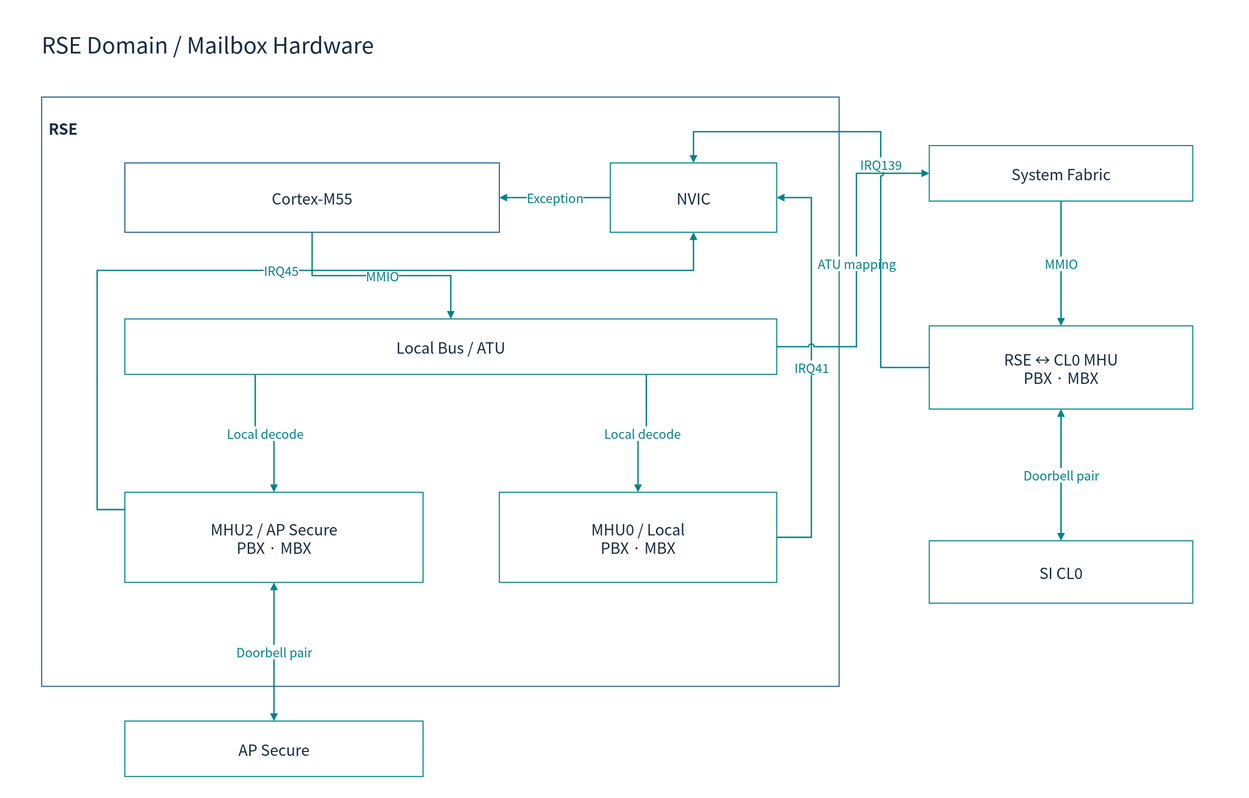
Above: doc/phase1/mailbox/diagrams/05-rse-hardware.drawio.svg in cometzero/project-apollo (draw.io), before the change. Source tidied: cells renumbered, new cells last; positions are measured from the earlier drawing's top-left corner, leaving out a move shared by most shapes.
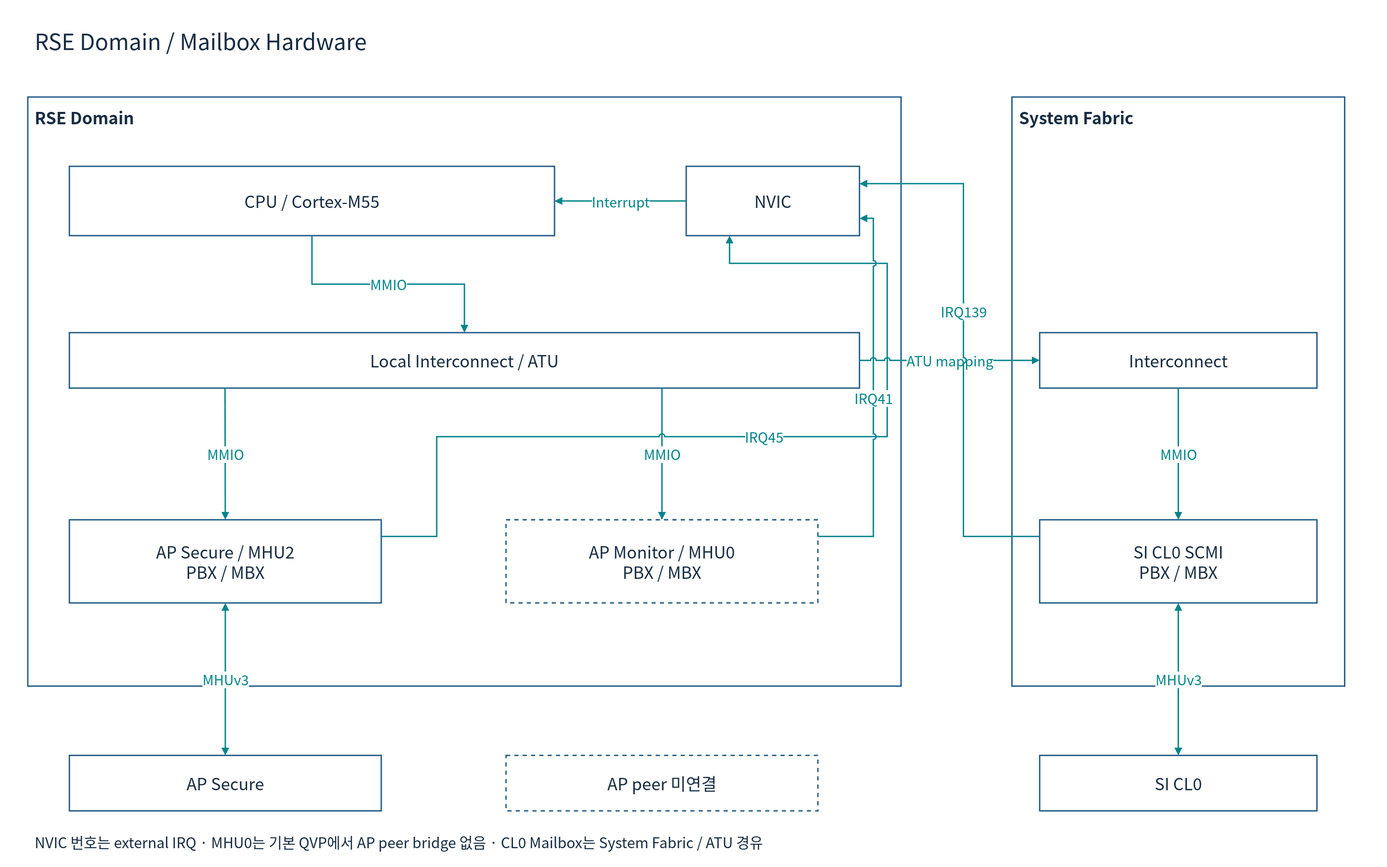
After the change.

Commit message:
docs(mailbox): clarify topology and diagrams

The edit, as a diff of the source:
```diff
@@ -2,96 +2,102 @@
   <root>
     <mxCell id="0" />
     <mxCell id="1" parent="0" />
-    <mxCell id="2" style="rounded=0;whiteSpace=wrap;html=1;fillColor=#FFFFFF;strokeColor=none;strokeWidth=1.5;fontColor=#172C43;fontFamily=Noto Sans CJK KR;fontSize=22;spacing=10;" parent="1" vertex="1">
-      <mxGeometry width="1800" height="1150" as="geometry" />
+    <mxCell id="2" style="rounded=0;whiteSpace=wrap;html=1;fillColor=#FFFFFF;strokeColor=#235D86;strokeWidth=2;fontColor=#172C43;fontFamily=Noto Sans CJK KR;fontSize=24;spacing=10;strokeColor=none;" parent="1" vertex="1">
+      <mxGeometry width="2000" height="1250" as="geometry" />
     </mxCell>
-    <mxCell id="3" value="RSE Domain / Mailbox Hardware" style="rounded=0;whiteSpace=wrap;html=1;fillColor=#FFFFFF;strokeColor=none;strokeWidth=1.5;fontColor=#172C43;fontFamily=Noto Sans CJK KR;fontSize=22;spacing=10;fontSize=32;align=left;" parent="1" vertex="1">
-      <mxGeometry x="50" y="30" width="1700" height="65" as="geometry" />
+    <mxCell id="3" value="RSE Domain / Mailbox Hardware" style="rounded=0;whiteSpace=wrap;html=1;fillColor=#FFFFFF;strokeColor=#235D86;strokeWidth=2;fontColor=#172C43;fontFamily=Noto Sans CJK KR;fontSize=24;spacing=10;strokeColor=none;fontSize=32;align=left;" parent="1" vertex="1">
+      <mxGeometry x="40" y="25" width="1920" height="65" as="geometry" />
     </mxCell>
-    <mxCell id="4" value="RSE" style="rounded=0;whiteSpace=wrap;html=1;fillColor=#FFFFFF;strokeColor=#235D86;strokeWidth=1.5;fontColor=#172C43;fontFamily=Noto Sans CJK KR;fontSize=22;spacing=10;verticalAlign=top;fontStyle=1;spacingTop=16;align=left;" parent="1" vertex="1">
-      <mxGeometry x="60" y="140" width="1150" height="850" as="geometry" />
+    <mxCell id="4" value="RSE Domain" style="rounded=0;whiteSpace=wrap;html=1;fillColor=#FFFFFF;strokeColor=#235D86;strokeWidth=2;fontColor=#172C43;fontFamily=Noto Sans CJK KR;fontSize=24;spacing=10;verticalAlign=top;align=left;fontStyle=1;" parent="1" vertex="1">
+      <mxGeometry x="40" y="140" width="1260" height="850" as="geometry" />
     </mxCell>
-    <mxCell id="5" value="Cortex-M55" style="rounded=0;whiteSpace=wrap;html=1;fillColor=#FFFFFF;strokeColor=#235D86;strokeWidth=1.5;fontColor=#172C43;fontFamily=Noto Sans CJK KR;fontSize=22;spacing=10;" parent="4" vertex="1">
-      <mxGeometry x="120" y="95" width="540" height="100" as="geometry" />
+    <mxCell id="5" value="CPU / Cortex-M55" style="rounded=0;whiteSpace=wrap;html=1;fillColor=#FFFFFF;strokeColor=#235D86;strokeWidth=2;fontColor=#172C43;fontFamily=Noto Sans CJK KR;fontSize=24;spacing=10;" parent="4" vertex="1">
+      <mxGeometry x="60" y="100" width="700" height="100" as="geometry" />
     </mxCell>
-    <mxCell id="6" value="NVIC" style="rounded=0;whiteSpace=wrap;html=1;fillColor=#FFFFFF;strokeColor=#00838A;strokeWidth=1.5;fontColor=#172C43;fontFamily=Noto Sans CJK KR;fontSize=22;spacing=10;" parent="4" vertex="1">
-      <mxGeometry x="820" y="95" width="240" height="100" as="geometry" />
+    <mxCell id="6" value="NVIC" style="rounded=0;whiteSpace=wrap;html=1;fillColor=#FFFFFF;strokeColor=#235D86;strokeWidth=2;fontColor=#172C43;fontFamily=Noto Sans CJK KR;fontSize=24;spacing=10;" parent="4" vertex="1">
+      <mxGeometry x="950" y="100" width="250" height="100" as="geometry" />
     </mxCell>
-    <mxCell id="7" value="Local Bus / ATU" style="rounded=0;whiteSpace=wrap;html=1;fillColor=#FFFFFF;strokeColor=#00838A;strokeWidth=1.5;fontColor=#172C43;fontFamily=Noto Sans CJK KR;fontSize=22;spacing=10;" parent="4" vertex="1">
-      <mxGeometry x="120" y="320" width="940" height="80" as="geometry" />
-    </mxCell>
+    <mxCell id="25" value="Local Interconnect / ATU" style="rounded=0;whiteSpace=wrap;html=1;fillColor=#FFFFFF;strokeColor=#235D86;strokeWidth=2;fontColor=#172C43;fontFamily=Noto Sans CJK KR;fontSize=24;spacing=10;" parent="4" vertex="1">
+      <mxGeometry x="60" y="340" width="1140" height="80" as="geometry" />
+    </mxCell>
-    <mxCell id="8" value="MHU2 / AP Secure&lt;br&gt;PBX · MBX" style="rounded=0;whiteSpace=wrap;html=1;fillColor=#FFFFFF;strokeColor=#00838A;strokeWidth=1.5;fontColor=#172C43;fontFamily=Noto Sans CJK KR;fontSize=22;spacing=10;" parent="4" vertex="1">
-      <mxGeometry x="120" y="570" width="430" height="130" as="geometry" />
+    <mxCell id="8" value="AP Secure / MHU2&lt;br&gt;PBX / MBX" style="rounded=0;whiteSpace=wrap;html=1;fillColor=#FFFFFF;strokeColor=#235D86;strokeWidth=2;fontColor=#172C43;fontFamily=Noto Sans CJK KR;fontSize=24;spacing=10;" parent="4" vertex="1">
+      <mxGeometry x="60" y="610" width="450" height="120" as="geometry" />
     </mxCell>
-    <mxCell id="9" value="MHU0 / Local&lt;br&gt;PBX · MBX" style="rounded=0;whiteSpace=wrap;html=1;fillColor=#FFFFFF;strokeColor=#00838A;strokeWidth=1.5;fontColor=#172C43;fontFamily=Noto Sans CJK KR;fontSize=22;spacing=10;" parent="4" vertex="1">
-      <mxGeometry x="660" y="570" width="400" height="130" as="geometry" />
+    <mxCell id="9" value="AP Monitor / MHU0&lt;br&gt;PBX / MBX" style="rounded=0;whiteSpace=wrap;html=1;fillColor=#FFFFFF;strokeColor=#235D86;strokeWidth=2;fontColor=#172C43;fontFamily=Noto Sans CJK KR;fontSize=24;spacing=10;dashed=1;" parent="4" vertex="1">
+      <mxGeometry x="690" y="610" width="450" height="120" as="geometry" />
     </mxCell>
+    <mxCell id="26" value="MMIO" style="edgeStyle=orthogonalEdgeStyle;rounded=0;html=1;endArrow=block;endFill=1;strokeWidth=2;strokeColor=#00838A;fontColor=#00838A;fontFamily=Noto Sans CJK KR;fontSize=20;labelBackgroundColor=#FFFFFF;jumpStyle=arc;exitX=0.5;exitY=1;entryX=0.5;entryY=0;" parent="1" edge="1" source="5" target="25">
+      <mxGeometry relative="1" as="geometry" />
+    </mxCell>
+    <mxCell id="19" value="Interrupt" style="edgeStyle=orthogonalEdgeStyle;rounded=0;html=1;endArrow=block;endFill=1;strokeWidth=2;strokeColor=#00838A;fontColor=#00838A;fontFamily=Noto Sans CJK KR;fontSize=20;labelBackgroundColor=#FFFFFF;jumpStyle=arc;exitX=0;exitY=0.5;entryX=1;entryY=0.5;" parent="1" edge="1" source="6" target="5">
+      <mxGeometry relative="1" as="geometry" />
+    </mxCell>
+    <mxCell id="27" value="MMIO" style="edgeStyle=orthogonalEdgeStyle;rounded=0;html=1;endArrow=block;endFill=1;strokeWidth=2;strokeColor=#00838A;fontColor=#00838A;fontFamily=Noto Sans CJK KR;fontSize=20;labelBackgroundColor=#FFFFFF;jumpStyle=arc;exitX=0.197;exitY=1;entryX=0.5;entryY=0;" parent="1" edge="1" source="25" target="8">
+      <mxGeometry relative="1" as="geometry" />
+    </mxCell>
+    <mxCell id="28" value="MMIO" style="edgeStyle=orthogonalEdgeStyle;rounded=0;html=1;endArrow=block;endFill=1;strokeWidth=2;strokeColor=#00838A;fontColor=#00838A;fontFamily=Noto Sans CJK KR;fontSize=20;labelBackgroundColor=#FFFFFF;jumpStyle=arc;exitX=0.75;exitY=1;entryX=0.5;entryY=0;" parent="1" edge="1" source="25" target="9">
+      <mxGeometry relative="1" as="geometry" />
+    </mxCell>
+    <mxCell id="17" value="IRQ45" style="edgeStyle=orthogonalEdgeStyle;rounded=0;html=1;endArrow=block;endFill=1;strokeWidth=2;strokeColor=#00838A;fontColor=#00838A;fontFamily=Noto Sans CJK KR;fontSize=20;labelBackgroundColor=#FFFFFF;jumpStyle=arc;exitX=1;exitY=0.2;entryX=0.25;entryY=1;" parent="1" edge="1" source="8" target="6">
+      <mxGeometry relative="1" as="geometry">
+        <Array as="points">
+          <mxPoint x="630" y="774" />
+          <mxPoint x="630" y="630" />
+          <mxPoint x="1280" y="630" />
+          <mxPoint x="1280" y="380" />
+          <mxPoint x="1052" y="380" />
+        </Array>
+      </mxGeometry>
+    </mxCell>
+    <mxCell id="18" value="IRQ41" style="edgeStyle=orthogonalEdgeStyle;rounded=0;html=1;endArrow=block;endFill=1;strokeWidth=2;strokeColor=#00838A;fontColor=#00838A;fontFamily=Noto Sans CJK KR;fontSize=20;labelBackgroundColor=#FFFFFF;jumpStyle=arc;exitX=1;exitY=0.2;entryX=1;entryY=0.75;" parent="1" edge="1" source="9" target="6">
+      <mxGeometry relative="1" as="geometry">
+        <Array as="points">
+          <mxPoint x="1260" y="774" />
+          <mxPoint x="1260" y="315" />
+        </Array>
+      </mxGeometry>
+    </mxCell>
+    <mxCell id="29" value="System Fabric" style="rounded=0;whiteSpace=wrap;html=1;fillColor=#FFFFFF;strokeColor=#235D86;strokeWidth=2;fontColor=#172C43;fontFamily=Noto Sans CJK KR;fontSize=24;spacing=10;verticalAlign=top;align=left;fontStyle=1;" parent="1" vertex="1">
+      <mxGeometry x="1460" y="140" width="480" height="850" as="geometry" />
+    </mxCell>
-    <mxCell id="10" value="System Fabric" style="rounded=0;whiteSpace=wrap;html=1;fillColor=#FFFFFF;strokeColor=#00838A;strokeWidth=1.5;fontColor=#172C43;fontFamily=Noto Sans CJK KR;fontSize=22;spacing=10;" parent="1" vertex="1">
-      <mxGeometry x="1340" y="210" width="380" height="80" as="geometry" />
+    <mxCell id="10" value="Interconnect" style="rounded=0;whiteSpace=wrap;html=1;fillColor=#FFFFFF;strokeColor=#235D86;strokeWidth=2;fontColor=#172C43;fontFamily=Noto Sans CJK KR;fontSize=24;spacing=10;" parent="29" vertex="1">
+      <mxGeometry x="40" y="340" width="400" height="80" as="geometry" />
     </mxCell>
-    <mxCell id="11" value="RSE ↔ CL0 MHU&lt;br&gt;PBX · MBX" style="rounded=0;whiteSpace=wrap;html=1;fillColor=#FFFFFF;strokeColor=#00838A;strokeWidth=1.5;fontColor=#172C43;fontFamily=Noto Sans CJK KR;fontSize=22;spacing=10;" parent="1" vertex="1">
-      <mxGeometry x="1340" y="470" width="380" height="120" as="geometry" />
+    <mxCell id="11" value="SI CL0 SCMI&lt;br&gt;PBX / MBX" style="rounded=0;whiteSpace=wrap;html=1;fillColor=#FFFFFF;strokeColor=#235D86;strokeWidth=2;fontColor=#172C43;fontFamily=Noto Sans CJK KR;fontSize=24;spacing=10;" parent="29" vertex="1">
+      <mxGeometry x="40" y="610" width="400" height="120" as="geometry" />
     </mxCell>
-    <mxCell id="12" value="SI CL0" style="rounded=0;whiteSpace=wrap;html=1;fillColor=#FFFFFF;strokeColor=#00838A;strokeWidth=1.5;fontColor=#172C43;fontFamily=Noto Sans CJK KR;fontSize=22;spacing=10;" parent="1" vertex="1">
-      <mxGeometry x="1340" y="780" width="380" height="90" as="geometry" />
-    </mxCell>
-    <mxCell id="13" value="AP Secure" style="rounded=0;whiteSpace=wrap;html=1;fillColor=#FFFFFF;strokeColor=#00838A;strokeWidth=1.5;fontColor=#172C43;fontFamily=Noto Sans CJK KR;fontSize=22;spacing=10;" parent="1" vertex="1">
-      <mxGeometry x="180" y="1040" width="430" height="80" as="geometry" />
-    </mxCell>
-    <mxCell id="14" value="MMIO" style="edgeStyle=orthogonalEdgeStyle;rounded=0;html=1;endArrow=block;endFill=1;strokeWidth=2;strokeColor=#00838A;fontColor=#00838A;fontFamily=Noto Sans CJK KR;fontSize=18;labelBackgroundColor=#FFFFFF;exitX=0.5;exitY=1;entryX=0.5;entryY=0;" parent="1" edge="1" source="5" target="7">
-      <mxGeometry relative="1" as="geometry" />
-    </mxCell>
-    <mxCell id="15" value="Local decode" style="edgeStyle=orthogonalEdgeStyle;rounded=0;html=1;endArrow=block;endFill=1;strokeWidth=2;strokeColor=#00838A;fontColor=#00838A;fontFamily=Noto Sans CJK KR;fontSize=18;labelBackgroundColor=#FFFFFF;exitX=0.2;exitY=1;entryX=0.5;entryY=0;" parent="1" edge="1" source="7" target="8">
-      <mxGeometry relative="1" as="geometry" />
-    </mxCell>
-    <mxCell id="16" value="Local decode" style="edgeStyle=orthogonalEdgeStyle;rounded=0;html=1;endArrow=block;endFill=1;strokeWidth=2;strokeColor=#00838A;fontColor=#00838A;fontFamily=Noto Sans CJK KR;fontSize=18;labelBackgroundColor=#FFFFFF;exitX=0.8;exitY=1;entryX=0.5;entryY=0;" parent="1" edge="1" source="7" target="9">
-      <mxGeometry relative="1" as="geometry" />
-    </mxCell>
-    <mxCell id="17" value="IRQ45" style="edgeStyle=orthogonalEdgeStyle;rounded=0;html=1;endArrow=block;endFill=1;strokeWidth=2;strokeColor=#00838A;fontColor=#00838A;fontFamily=Noto Sans CJK KR;fontSize=18;labelBackgroundColor=#FFFFFF;exitX=0;exitY=0.2;entryX=0.5;entryY=1;" parent="1" edge="1" source="8" target="6">
-      <mxGeometry relative="1" as="geometry">
-        <Array as="points">
-          <mxPoint x="140" y="735" />
-          <mxPoint x="140" y="390" />
-          <mxPoint x="1000" y="390" />
-        </Array>
-      </mxGeometry>
-    </mxCell>
-    <mxCell id="18" value="IRQ41" style="edgeStyle=orthogonalEdgeStyle;rounded=0;html=1;endArrow=block;endFill=1;strokeWidth=2;strokeColor=#00838A;fontColor=#00838A;fontFamily=Noto Sans CJK KR;fontSize=18;labelBackgroundColor=#FFFFFF;exitX=1;exitY=0.5;entryX=1;entryY=0.5;" parent="1" edge="1" source="9" target="6">
-      <mxGeometry relative="1" as="geometry">
-        <Array as="points">
-          <mxPoint x="1170" y="775" />
-          <mxPoint x="1170" y="285" />
-        </Array>
-      </mxGeometry>
-    </mxCell>
-    <mxCell id="19" value="Exception" style="edgeStyle=orthogonalEdgeStyle;rounded=0;html=1;endArrow=block;endFill=1;strokeWidth=2;strokeColor=#00838A;fontColor=#00838A;fontFamily=Noto Sans CJK KR;fontSize=18;labelBackgroundColor=#FFFFFF;exitX=0;exitY=0.5;entryX=1;entryY=0.5;" parent="1" edge="1" source="6" target="5">
-      <mxGeometry relative="1" as="geometry" />
-    </mxCell>
-    <mxCell id="20" value="ATU mapping" style="edgeStyle=orthogonalEdgeStyle;rounded=0;html=1;endArrow=block;endFill=1;strokeWidth=2;strokeColor=#00838A;fontColor=#00838A;fontFamily=Noto Sans CJK KR;fontSize=18;labelBackgroundColor=#FFFFFF;exitX=1;exitY=0.5;entryX=0;entryY=0.5;jumpStyle=arc;" parent="1" edge="1" source="7" target="10">
-      <mxGeometry relative="1" as="geometry">
-        <Array as="points">
-          <mxPoint x="1235" y="500" />
-          <mxPoint x="1235" y="250" />
-        </Array>
-      </mxGeometry>
+    <mxCell id="20" value="ATU mapping" style="edgeStyle=orthogonalEdgeStyle;rounded=0;html=1;endArrow=block;endFill=1;strokeWidth=2;strokeColor=#00838A;fontColor=#00838A;fontFamily=Noto Sans CJK KR;fontSize=20;labelBackgroundColor=#FFFFFF;jumpStyle=arc;exitX=1;exitY=0.5;entryX=0;entryY=0.5;" parent="1" edge="1" source="25" target="10">
+      <mxGeometry relative="1" as="geometry" />
     </mxCell>
-    <mxCell id="21" value="MMIO" style="edgeStyle=orthogonalEdgeStyle;rounded=0;html=1;endArrow=block;endFill=1;strokeWidth=2;strokeColor=#00838A;fontColor=#00838A;fontFamily=Noto Sans CJK KR;fontSize=18;labelBackgroundColor=#FFFFFF;exitX=0.5;exitY=1;entryX=0.5;entryY=0;" parent="1" edge="1" source="10" target="11">
+    <mxCell id="21" value="MMIO" style="edgeStyle=orthogonalEdgeStyle;rounded=0;html=1;endArrow=block;endFill=1;strokeWidth=2;strokeColor=#00838A;fontColor=#00838A;fontFamily=Noto Sans CJK KR;fontSize=20;labelBackgroundColor=#FFFFFF;jumpStyle=arc;exitX=0.5;exitY=1;entryX=0.5;entryY=0;" parent="1" edge="1" source="10" target="11">
       <mxGeometry relative="1" as="geometry" />
     </mxCell>
+    <mxCell id="23" value="IRQ139" style="edgeStyle=orthogonalEdgeStyle;rounded=0;html=1;endArrow=block;endFill=1;strokeWidth=2;strokeColor=#00838A;fontColor=#00838A;fontFamily=Noto Sans CJK KR;fontSize=20;labelBackgroundColor=#FFFFFF;jumpStyle=arc;exitX=0;exitY=0.2;entryX=1;entryY=0.25;" parent="1" edge="1" source="11" target="6">
+      <mxGeometry relative="1" as="geometry">
+        <Array as="points">
+          <mxPoint x="1390" y="774" />
+          <mxPoint x="1390" y="265" />
+        </Array>
+        <mxPoint y="-50" as="offset" />
+      </mxGeometry>
+    </mxCell>
+    <mxCell id="13" value="AP Secure" style="rounded=0;whiteSpace=wrap;html=1;fillColor=#FFFFFF;strokeColor=#235D86;strokeWidth=2;fontColor=#172C43;fontFamily=Noto Sans CJK KR;fontSize=24;spacing=10;" parent="1" vertex="1">
+      <mxGeometry x="100" y="1090" width="450" height="80" as="geometry" />
+    </mxCell>
+    <mxCell id="24" value="MHUv3" style="edgeStyle=orthogonalEdgeStyle;rounded=0;html=1;endArrow=block;endFill=1;strokeWidth=2;strokeColor=#00838A;fontColor=#00838A;fontFamily=Noto Sans CJK KR;fontSize=20;labelBackgroundColor=#FFFFFF;jumpStyle=arc;startArrow=block;startFill=1;exitX=0.5;exitY=1;entryX=0.5;entryY=0;" parent="1" edge="1" source="8" target="13">
+      <mxGeometry relative="1" as="geometry" />
+    </mxCell>
+    <mxCell id="30" value="AP peer 미연결" style="rounded=0;whiteSpace=wrap;html=1;fillColor=#FFFFFF;strokeColor=#235D86;strokeWidth=2;fontColor=#172C43;fontFamily=Noto Sans CJK KR;fontSize=24;spacing=10;dashed=1;" parent="1" vertex="1">
+      <mxGeometry x="730" y="1090" width="450" height="80" as="geometry" />
+    </mxCell>
+    <mxCell id="12" value="SI CL0" style="rounded=0;whiteSpace=wrap;html=1;fillColor=#FFFFFF;strokeColor=#235D86;strokeWidth=2;fontColor=#172C43;fontFamily=Noto Sans CJK KR;fontSize=24;spacing=10;" parent="1" vertex="1">
+      <mxGeometry x="1500" y="1090" width="400" height="80" as="geometry" />
+    </mxCell>
-    <mxCell id="22" value="Doorbell pair" style="edgeStyle=orthogonalEdgeStyle;rounded=0;html=1;endArrow=block;endFill=1;strokeWidth=2;strokeColor=#00838A;fontColor=#00838A;fontFamily=Noto Sans CJK KR;fontSize=18;labelBackgroundColor=#FFFFFF;exitX=0.5;exitY=1;entryX=0.5;entryY=0;startArrow=block;startFill=1;" parent="1" edge="1" source="11" target="12">
+    <mxCell id="22" value="MHUv3" style="edgeStyle=orthogonalEdgeStyle;rounded=0;html=1;endArrow=block;endFill=1;strokeWidth=2;strokeColor=#00838A;fontColor=#00838A;fontFamily=Noto Sans CJK KR;fontSize=20;labelBackgroundColor=#FFFFFF;jumpStyle=arc;startArrow=block;startFill=1;exitX=0.5;exitY=1;entryX=0.5;entryY=0;" parent="1" edge="1" source="11" target="12">
       <mxGeometry relative="1" as="geometry" />
     </mxCell>
-    <mxCell id="23" value="IRQ139" style="edgeStyle=orthogonalEdgeStyle;rounded=0;html=1;endArrow=block;endFill=1;strokeWidth=2;strokeColor=#00838A;fontColor=#00838A;fontFamily=Noto Sans CJK KR;fontSize=18;labelBackgroundColor=#FFFFFF;exitX=0;exitY=0.5;entryX=0.5;entryY=0;jumpStyle=arc;" parent="1" edge="1" source="11" target="6">
-      <mxGeometry relative="1" as="geometry">
-        <Array as="points">
-          <mxPoint x="1270" y="530" />
-          <mxPoint x="1270" y="190" />
-          <mxPoint x="1000" y="190" />
-        </Array>
-      </mxGeometry>
-    </mxCell>
-    <mxCell id="24" value="Doorbell pair" style="edgeStyle=orthogonalEdgeStyle;rounded=0;html=1;endArrow=block;endFill=1;strokeWidth=2;strokeColor=#00838A;fontColor=#00838A;fontFamily=Noto Sans CJK KR;fontSize=18;labelBackgroundColor=#FFFFFF;exitX=0.5;exitY=1;entryX=0.5;entryY=0;startArrow=block;startFill=1;" parent="1" edge="1" source="8" target="13">
-      <mxGeometry relative="1" as="geometry" />
-    </mxCell>
+    <mxCell id="31" value="NVIC 번호는 external IRQ · MHU0는 기본 QVP에서 AP peer bridge 없음 · CL0 Mailbox는 System Fabric / ATU 경유" style="rounded=0;whiteSpace=wrap;html=1;fillColor=#FFFFFF;strokeColor=#235D86;strokeWidth=2;fontColor=#172C43;fontFamily=Noto Sans CJK KR;fontSize=24;spacing=10;strokeColor=none;fontSize=21;align=left;" parent="1" vertex="1">
+      <mxGeometry x="40" y="1190" width="1900" height="50" as="geometry" />
+    </mxCell>
   </root>
 </mxGraphModel>
```
